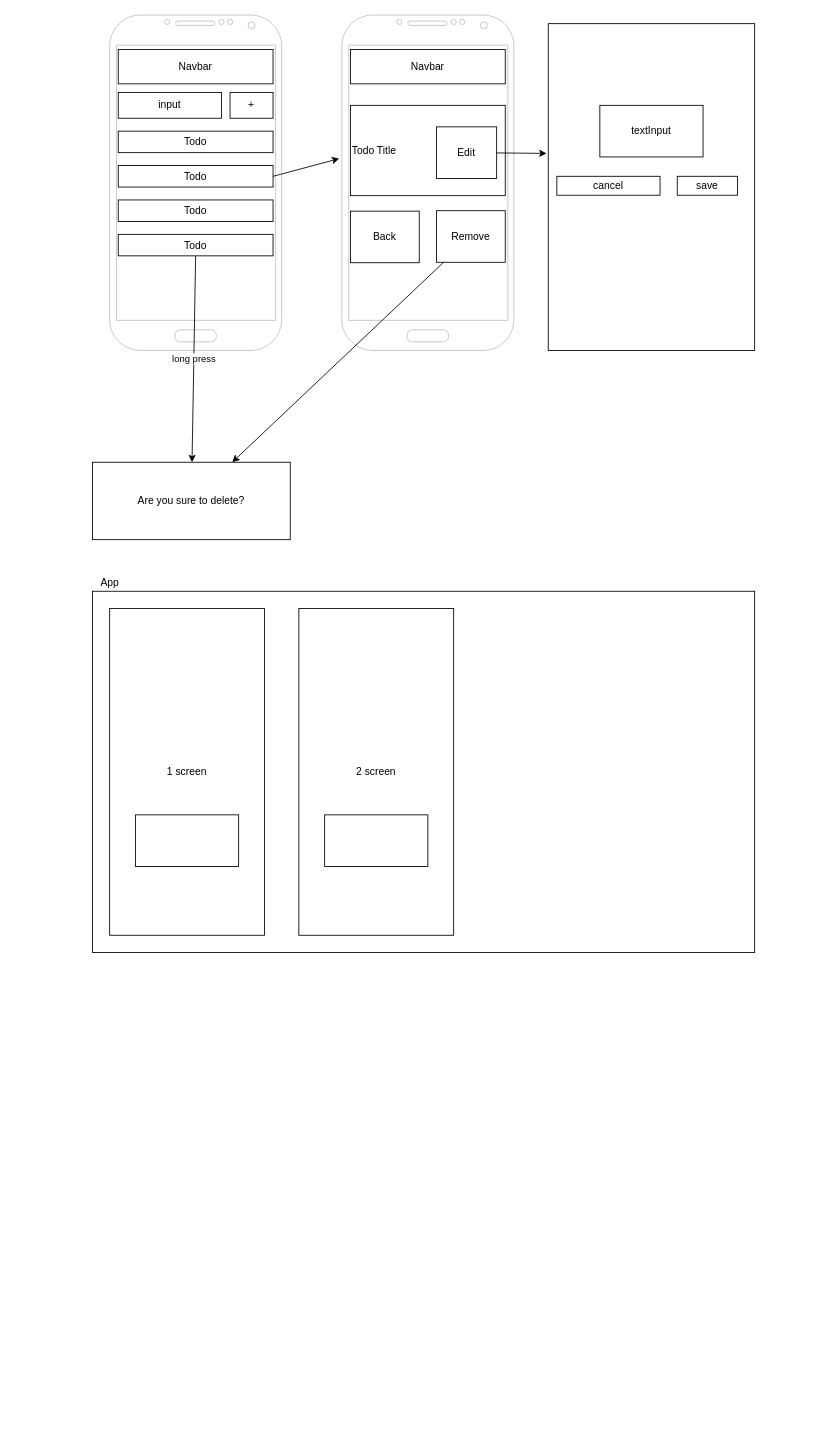
The draw.io diagram diagram.drawio in LexaPetrov/react-native-demo, before the edit. Source tidied: cells renumbered, new cells numbered last; positions are measured from the earlier drawing's top-left corner, leaving out a move shared by most shapes. Both pictures are drawn from the tidied source at 86%, with x=0, y=0 at pixel (92, 15).
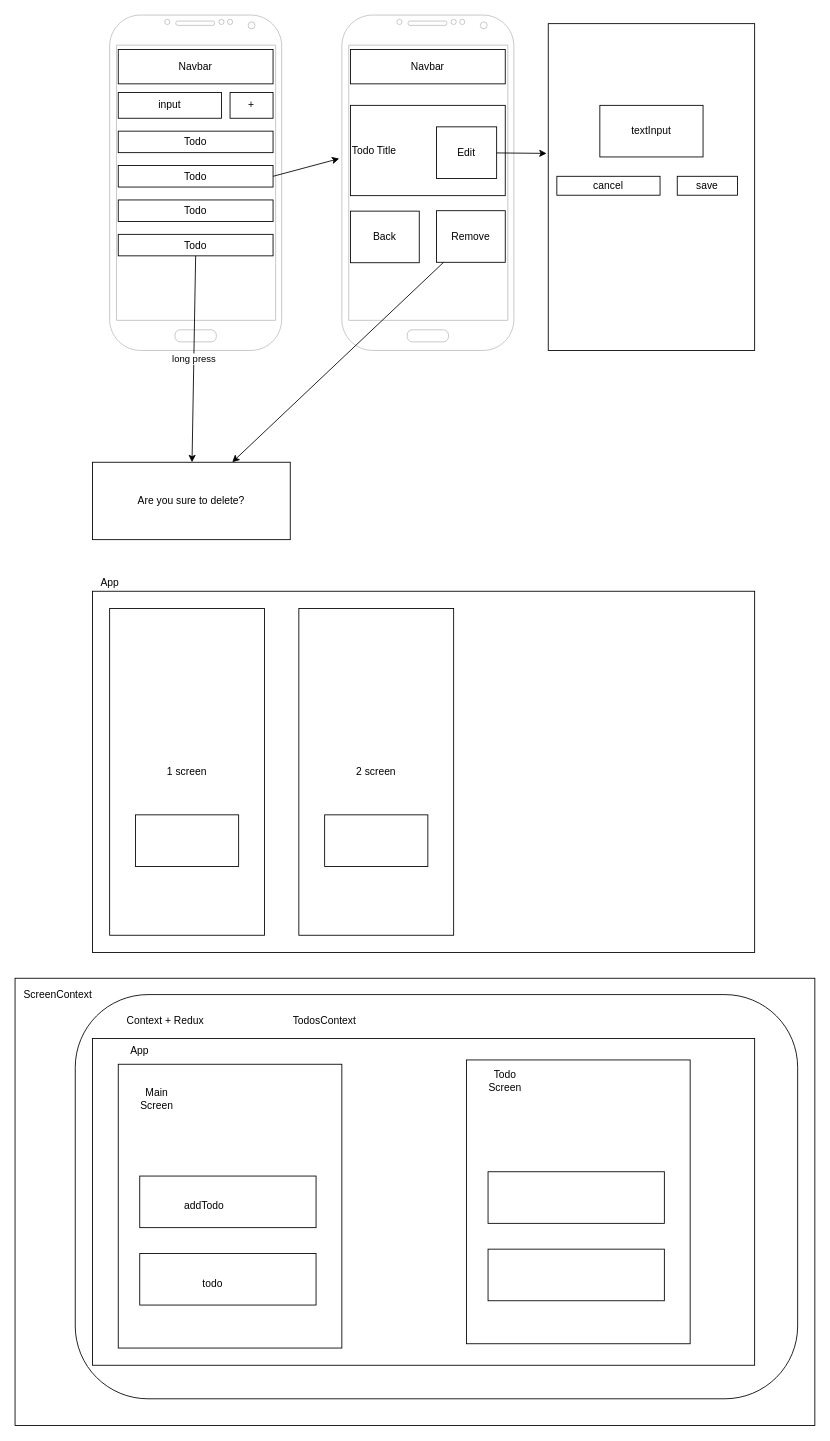
The same page after the edit.

Change to the diagram source:
```diff
@@
+    <mxCell id="31" style="rounded=0;whiteSpace=wrap;html=1;" parent="1" vertex="1">
+      <mxGeometry y="1190" width="770" height="380" as="geometry" />
+    </mxCell>
+    <mxCell id="32" value="Context + Redux" style="text;html=1;strokeColor=none;fillColor=none;align=center;verticalAlign=middle;whiteSpace=wrap;rounded=0;" parent="1" vertex="1">
+      <mxGeometry y="1160" width="170" height="20" as="geometry" />
+    </mxCell>
+    <mxCell id="33" style="rounded=0;whiteSpace=wrap;html=1;" parent="1" vertex="1">
+      <mxGeometry x="30" y="1220" width="260" height="330" as="geometry" />
+    </mxCell>
+    <mxCell id="34" style="rounded=0;whiteSpace=wrap;html=1;" parent="1" vertex="1">
+      <mxGeometry x="55" y="1350" width="205" height="60" as="geometry" />
+    </mxCell>
+    <mxCell id="35" style="rounded=0;whiteSpace=wrap;html=1;" parent="1" vertex="1">
+      <mxGeometry x="55" y="1440" width="205" height="60" as="geometry" />
+    </mxCell>
+    <mxCell id="36" style="rounded=0;whiteSpace=wrap;html=1;" parent="1" vertex="1">
+      <mxGeometry x="435" y="1215" width="260" height="330" as="geometry" />
+    </mxCell>
+    <mxCell id="37" style="rounded=0;whiteSpace=wrap;html=1;" parent="1" vertex="1">
+      <mxGeometry x="460" y="1345" width="205" height="60" as="geometry" />
+    </mxCell>
+    <mxCell id="38" style="rounded=0;whiteSpace=wrap;html=1;" parent="1" vertex="1">
+      <mxGeometry x="460" y="1435" width="205" height="60" as="geometry" />
+    </mxCell>
+    <mxCell id="39" value="App" style="text;html=1;strokeColor=none;fillColor=none;align=center;verticalAlign=middle;whiteSpace=wrap;rounded=0;" parent="1" vertex="1">
+      <mxGeometry x="35" y="1195" width="40" height="20" as="geometry" />
+    </mxCell>
+    <mxCell id="40" value="Main Screen" style="text;html=1;strokeColor=none;fillColor=none;align=center;verticalAlign=middle;whiteSpace=wrap;rounded=0;" parent="1" vertex="1">
+      <mxGeometry x="55" y="1250" width="40" height="20" as="geometry" />
+    </mxCell>
+    <mxCell id="41" value="Todo Screen" style="text;html=1;strokeColor=none;fillColor=none;align=center;verticalAlign=middle;whiteSpace=wrap;rounded=0;" parent="1" vertex="1">
+      <mxGeometry x="460" y="1230" width="40" height="20" as="geometry" />
+    </mxCell>
+    <mxCell id="42" style="rounded=1;whiteSpace=wrap;html=1;arcSize=18;fillColor=none;" parent="1" vertex="1">
+      <mxGeometry x="-20" y="1139" width="840" height="470" as="geometry" />
+    </mxCell>
+    <mxCell id="43" value="TodosContext" style="text;html=1;strokeColor=none;fillColor=none;align=center;verticalAlign=middle;whiteSpace=wrap;rounded=0;" parent="1" vertex="1">
+      <mxGeometry x="200" y="1160" width="140" height="20" as="geometry" />
+    </mxCell>
+    <mxCell id="44" style="rounded=0;whiteSpace=wrap;html=1;fillColor=none;" parent="1" vertex="1">
+      <mxGeometry x="-90" y="1120" width="930" height="520" as="geometry" />
+    </mxCell>
+    <mxCell id="45" value="ScreenContext" style="text;html=1;strokeColor=none;fillColor=none;align=center;verticalAlign=middle;whiteSpace=wrap;rounded=0;" parent="1" vertex="1">
+      <mxGeometry x="-60" y="1129" width="40" height="20" as="geometry" />
+    </mxCell>
+    <mxCell id="46" value="addTodo" style="text;html=1;strokeColor=none;fillColor=none;align=center;verticalAlign=middle;whiteSpace=wrap;rounded=0;" parent="1" vertex="1">
+      <mxGeometry x="110" y="1375" width="40" height="20" as="geometry" />
+    </mxCell>
+    <mxCell id="47" value="todo" style="text;html=1;strokeColor=none;fillColor=none;align=center;verticalAlign=middle;whiteSpace=wrap;rounded=0;" parent="1" vertex="1">
+      <mxGeometry x="120" y="1465" width="40" height="20" as="geometry" />
+    </mxCell>
```
